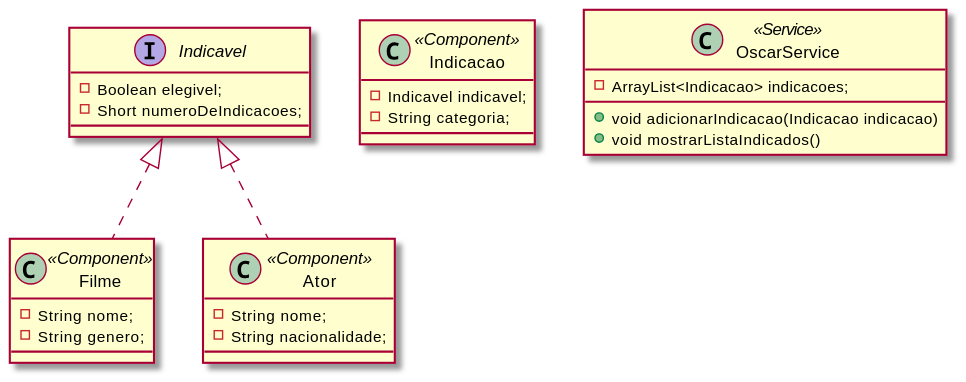
ardnaile/back-end keeps this PlantUML diagram as avaliacoes/assets/exercicio03_class.svg. Above is the earlier version.
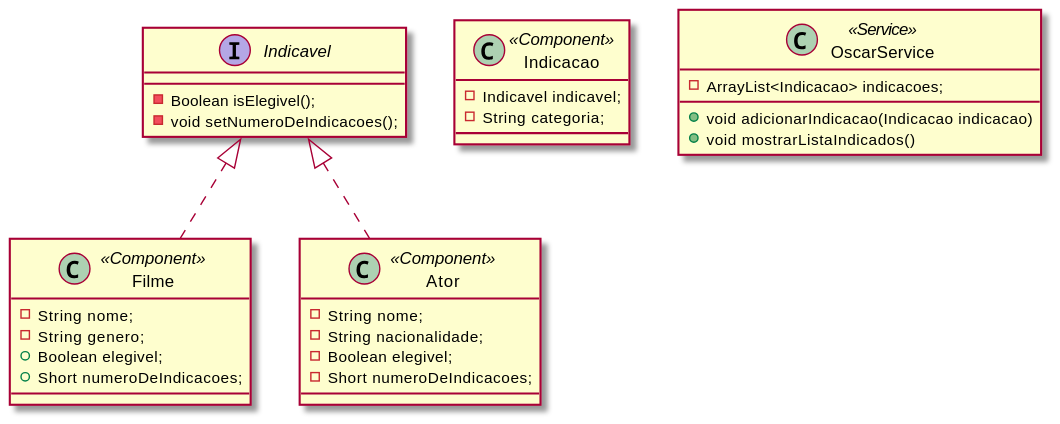
After the change.

Commit message:
Corrige exercicio 03 na lista de exercicios

What changed in the source:
```diff
@@ -3,18 +3,22 @@
 skin rose
 
 interface Indicavel {
-  -Boolean elegivel;
-  -Short numeroDeIndicacoes;
+  -Boolean isElegivel();
+  -void setNumeroDeIndicacoes();
 }
 
 class Filme <<Component>> implements Indicavel {
   -String nome;
   -String genero;
+  +Boolean elegivel;
+  +Short numeroDeIndicacoes;
 }
 
 class Ator <<Component>> implements Indicavel {
   -String nome;
   -String nacionalidade;
+  -Boolean elegivel;
+  -Short numeroDeIndicacoes;
 }
 
 class Indicacao <<Component>> {
```
